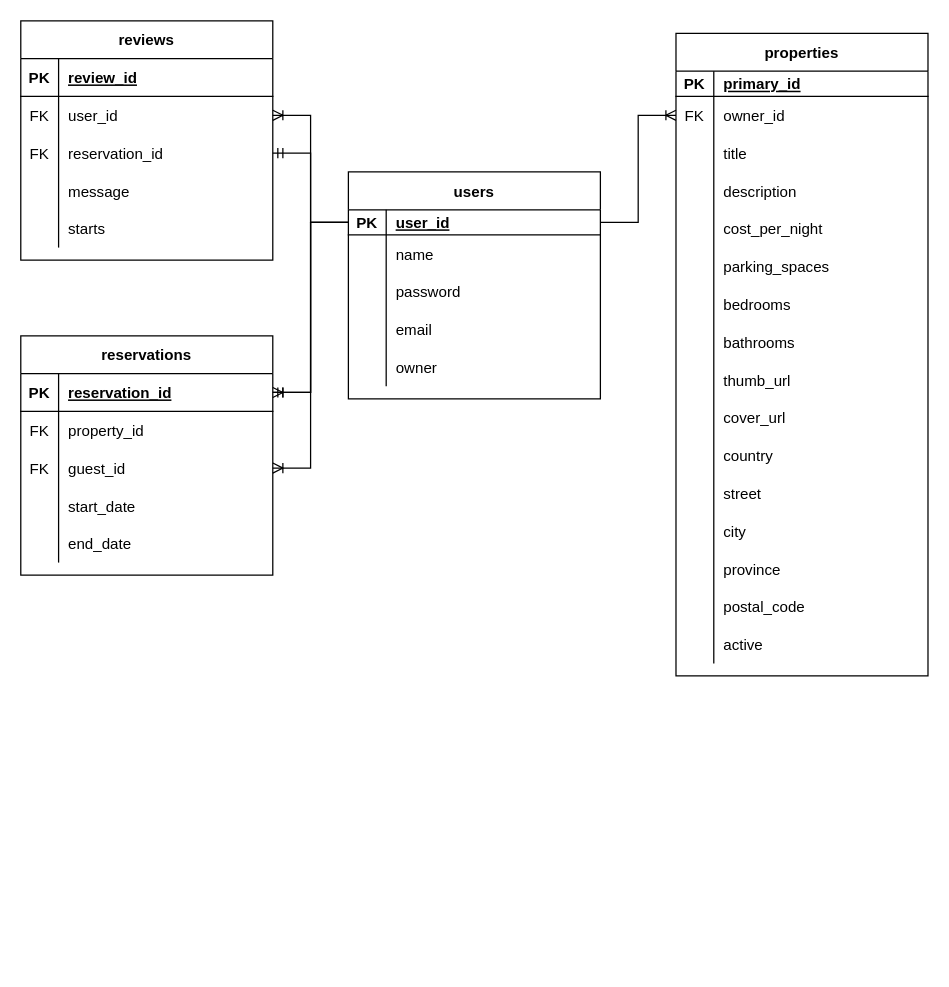
The draw.io diagram docs/LightBnB.drawio in deke76/LightBnB, before the edit. Source tidied: cells renumbered, new cells numbered last; positions are measured from the earlier drawing's top-left corner, leaving out a move shared by most shapes. Both pictures are drawn from the tidied source at 126%, with x=0, y=0 at pixel (20, 20).
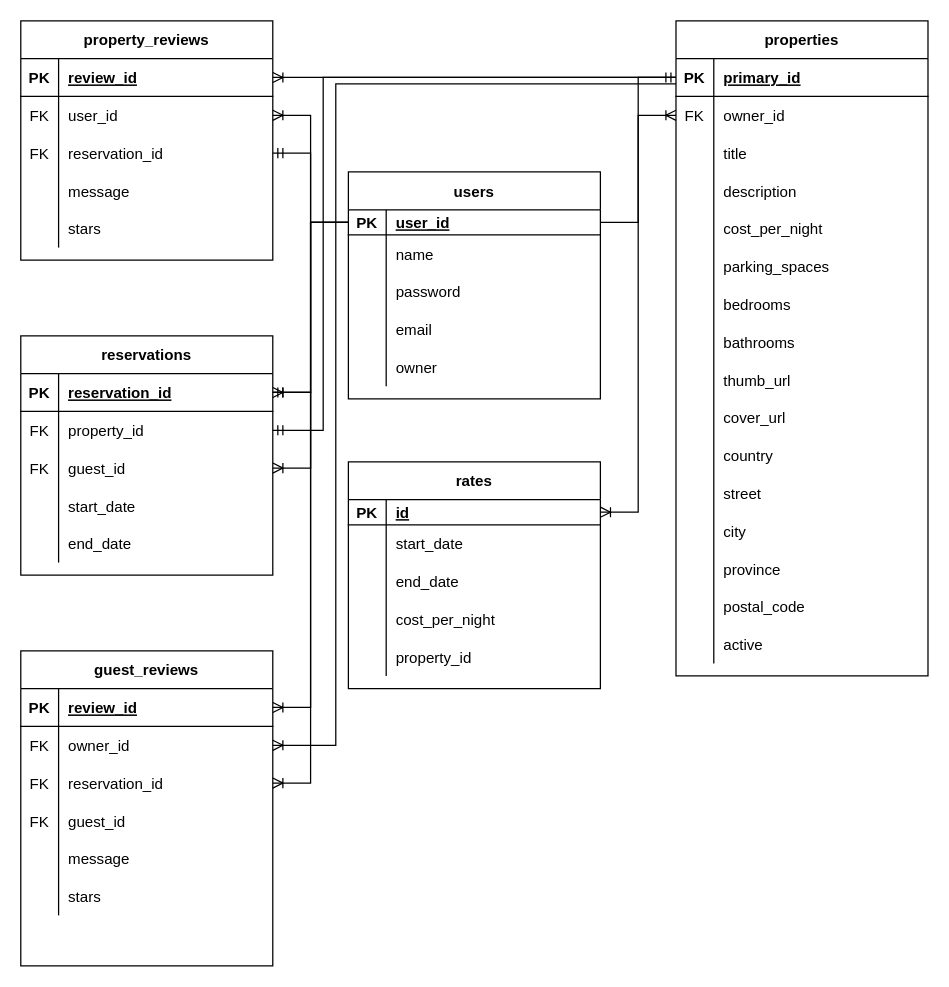
Above is the later version.

The change refers to these unchanged cells:
```xml
<mxCell id="3" style="shape=tableRow;horizontal=0;startSize=0;swimlaneHead=0;swimlaneBody=0;fillColor=none;points=[[0,0.5],[1,0.5]];portConstraint=eastwest;top=0;left=0;right=0;bottom=1;" parent="2" vertex="1">
  <mxGeometry y="30" width="200" height="20" as="geometry" />
</mxCell>
<mxCell id="68" style="shape=tableRow;horizontal=0;startSize=0;swimlaneHead=0;swimlaneBody=0;fillColor=none;points=[[0,0.5],[1,0.5]];portConstraint=eastwest;top=0;left=0;right=0;bottom=1;" parent="67" vertex="1">
  <mxGeometry y="30" width="200" height="30" as="geometry" />
</mxCell>
<mxCell id="71" style="shape=tableRow;horizontal=0;startSize=0;swimlaneHead=0;swimlaneBody=0;fillColor=none;points=[[0,0.5],[1,0.5]];portConstraint=eastwest;top=0;left=0;right=0;bottom=0;" parent="67" vertex="1">
  <mxGeometry y="60" width="200" height="30" as="geometry" />
</mxCell>
<mxCell id="84" style="shape=tableRow;horizontal=0;startSize=0;swimlaneHead=0;swimlaneBody=0;fillColor=none;points=[[0,0.5],[1,0.5]];portConstraint=eastwest;top=0;left=0;right=0;bottom=1;" parent="83" vertex="1">
  <mxGeometry y="30" width="200" height="30" as="geometry" />
</mxCell>
<mxCell id="96" style="shape=tableRow;horizontal=0;startSize=0;swimlaneHead=0;swimlaneBody=0;fillColor=none;top=0;left=0;right=0;bottom=0;" parent="83" vertex="1">
  <mxGeometry y="150" width="200" height="30" as="geometry" />
</mxCell>
```

What changed in the source:
```diff
@@
     <mxCell id="18" value="properties" style="shape=table;startSize=30;childLayout=tableLayout;rowLines=0;fontStyle=1;align=center;horizontal=1;verticalAlign=middle;columnLines=1;" parent="1" vertex="1">
-      <mxGeometry x="520" y="10" width="200" height="510" as="geometry" />
+      <mxGeometry x="520" width="200" height="520" as="geometry" />
     </mxCell>
     <mxCell id="19" style="shape=tableRow;horizontal=0;startSize=0;swimlaneHead=0;swimlaneBody=0;fillColor=none;points=[[0,0.5],[1,0.5]];portConstraint=eastwest;top=0;left=0;right=0;bottom=1;" parent="18" vertex="1">
-      <mxGeometry y="30" width="200" height="20" as="geometry" />
+      <mxGeometry y="30" width="200" height="30" as="geometry" />
     </mxCell>
     <mxCell id="20" value="PK" style="shape=partialRectangle;fillColor=none;top=0;left=0;bottom=0;right=0;fontStyle=1;overflow=hidden;" parent="19" vertex="1">
-      <mxGeometry width="30" height="20" as="geometry" />
+      <mxGeometry width="30" height="30" as="geometry" />
     </mxCell>
     <mxCell id="21" value="primary_id" style="shape=partialRectangle;fillColor=none;top=0;left=0;bottom=0;right=0;align=left;spacingLeft=6;fontStyle=5;overflow=hidden;" parent="19" vertex="1">
-      <mxGeometry x="30" width="170" height="20" as="geometry" />
+      <mxGeometry x="30" width="170" height="30" as="geometry" />
     </mxCell>
     <mxCell id="22" style="shape=tableRow;horizontal=0;startSize=0;swimlaneHead=0;swimlaneBody=0;fillColor=none;points=[[0,0.5],[1,0.5]];portConstraint=eastwest;top=0;left=0;right=0;bottom=0;" parent="18" vertex="1">
-      <mxGeometry y="50" width="200" height="30" as="geometry" />
+      <mxGeometry y="60" width="200" height="30" as="geometry" />
     </mxCell>
@@
     <mxCell id="25" style="shape=tableRow;horizontal=0;startSize=0;swimlaneHead=0;swimlaneBody=0;fillColor=none;top=0;left=0;right=0;bottom=0;" parent="18" vertex="1">
-      <mxGeometry y="80" width="200" height="30" as="geometry" />
+      <mxGeometry y="90" width="200" height="30" as="geometry" />
     </mxCell>
@@
     <mxCell id="28" style="shape=tableRow;horizontal=0;startSize=0;swimlaneHead=0;swimlaneBody=0;fillColor=none;top=0;left=0;right=0;bottom=0;" parent="18" vertex="1">
-      <mxGeometry y="110" width="200" height="30" as="geometry" />
+      <mxGeometry y="120" width="200" height="30" as="geometry" />
     </mxCell>
@@
     <mxCell id="31" style="shape=tableRow;horizontal=0;startSize=0;swimlaneHead=0;swimlaneBody=0;fillColor=none;top=0;left=0;right=0;bottom=0;" parent="18" vertex="1">
-      <mxGeometry y="140" width="200" height="30" as="geometry" />
+      <mxGeometry y="150" width="200" height="30" as="geometry" />
     </mxCell>
@@
     <mxCell id="34" style="shape=tableRow;horizontal=0;startSize=0;swimlaneHead=0;swimlaneBody=0;fillColor=none;top=0;left=0;right=0;bottom=0;" parent="18" vertex="1">
-      <mxGeometry y="170" width="200" height="30" as="geometry" />
+      <mxGeometry y="180" width="200" height="30" as="geometry" />
     </mxCell>
@@
     <mxCell id="37" style="shape=tableRow;horizontal=0;startSize=0;swimlaneHead=0;swimlaneBody=0;fillColor=none;top=0;left=0;right=0;bottom=0;" parent="18" vertex="1">
-      <mxGeometry y="200" width="200" height="30" as="geometry" />
+      <mxGeometry y="210" width="200" height="30" as="geometry" />
     </mxCell>
@@
     <mxCell id="40" style="shape=tableRow;horizontal=0;startSize=0;swimlaneHead=0;swimlaneBody=0;fillColor=none;top=0;left=0;right=0;bottom=0;" parent="18" vertex="1">
-      <mxGeometry y="230" width="200" height="30" as="geometry" />
+      <mxGeometry y="240" width="200" height="30" as="geometry" />
     </mxCell>
@@
     <mxCell id="43" style="shape=tableRow;horizontal=0;startSize=0;swimlaneHead=0;swimlaneBody=0;fillColor=none;top=0;left=0;right=0;bottom=0;" parent="18" vertex="1">
-      <mxGeometry y="260" width="200" height="30" as="geometry" />
+      <mxGeometry y="270" width="200" height="30" as="geometry" />
     </mxCell>
@@
     <mxCell id="46" style="shape=tableRow;horizontal=0;startSize=0;swimlaneHead=0;swimlaneBody=0;fillColor=none;top=0;left=0;right=0;bottom=0;" parent="18" vertex="1">
-      <mxGeometry y="290" width="200" height="30" as="geometry" />
+      <mxGeometry y="300" width="200" height="30" as="geometry" />
     </mxCell>
@@
     <mxCell id="49" style="shape=tableRow;horizontal=0;startSize=0;swimlaneHead=0;swimlaneBody=0;fillColor=none;top=0;left=0;right=0;bottom=0;" parent="18" vertex="1">
-      <mxGeometry y="320" width="200" height="30" as="geometry" />
+      <mxGeometry y="330" width="200" height="30" as="geometry" />
     </mxCell>
@@
     <mxCell id="52" style="shape=tableRow;horizontal=0;startSize=0;swimlaneHead=0;swimlaneBody=0;fillColor=none;top=0;left=0;right=0;bottom=0;" parent="18" vertex="1">
-      <mxGeometry y="350" width="200" height="30" as="geometry" />
+      <mxGeometry y="360" width="200" height="30" as="geometry" />
     </mxCell>
@@
     <mxCell id="55" style="shape=tableRow;horizontal=0;startSize=0;swimlaneHead=0;swimlaneBody=0;fillColor=none;top=0;left=0;right=0;bottom=0;" parent="18" vertex="1">
-      <mxGeometry y="380" width="200" height="30" as="geometry" />
+      <mxGeometry y="390" width="200" height="30" as="geometry" />
     </mxCell>
@@
     <mxCell id="58" style="shape=tableRow;horizontal=0;startSize=0;swimlaneHead=0;swimlaneBody=0;fillColor=none;top=0;left=0;right=0;bottom=0;" parent="18" vertex="1">
-      <mxGeometry y="410" width="200" height="30" as="geometry" />
+      <mxGeometry y="420" width="200" height="30" as="geometry" />
     </mxCell>
@@
     <mxCell id="61" style="shape=tableRow;horizontal=0;startSize=0;swimlaneHead=0;swimlaneBody=0;fillColor=none;top=0;left=0;right=0;bottom=0;" parent="18" vertex="1">
-      <mxGeometry y="440" width="200" height="30" as="geometry" />
+      <mxGeometry y="450" width="200" height="30" as="geometry" />
     </mxCell>
@@
     <mxCell id="64" style="shape=tableRow;horizontal=0;startSize=0;swimlaneHead=0;swimlaneBody=0;fillColor=none;top=0;left=0;right=0;bottom=0;" parent="18" vertex="1">
-      <mxGeometry y="470" width="200" height="30" as="geometry" />
+      <mxGeometry y="480" width="200" height="30" as="geometry" />
     </mxCell>
@@
-    <mxCell id="83" value="reviews" style="shape=table;startSize=30;childLayout=tableLayout;rowLines=0;fontStyle=1;align=center;" parent="1" vertex="1">
+    <mxCell id="83" value="property_reviews" style="shape=table;startSize=30;childLayout=tableLayout;rowLines=0;fontStyle=1;align=center;" parent="1" vertex="1">
       <mxGeometry width="200" height="190" as="geometry" />
     </mxCell>
@@
-    <mxCell id="98" value="starts" style="shape=partialRectangle;fillColor=none;top=0;left=0;bottom=0;right=0;align=left;spacingLeft=6;overflow=hidden;" parent="96" vertex="1">
+    <mxCell id="98" value="stars" style="shape=partialRectangle;fillColor=none;top=0;left=0;bottom=0;right=0;align=left;spacingLeft=6;overflow=hidden;" parent="96" vertex="1">
       <mxGeometry x="30" width="170" height="30" as="geometry" />
     </mxCell>
@@
+    <mxCell id="104" value="guest_reviews" style="shape=table;startSize=30;childLayout=tableLayout;rowLines=0;fontStyle=1;align=center;" parent="1" vertex="1">
+      <mxGeometry y="500" width="200" height="250" as="geometry" />
+    </mxCell>
+    <mxCell id="105" style="shape=tableRow;horizontal=0;startSize=0;swimlaneHead=0;swimlaneBody=0;fillColor=none;points=[[0,0.5],[1,0.5]];portConstraint=eastwest;top=0;left=0;right=0;bottom=1;" parent="104" vertex="1">
+      <mxGeometry y="30" width="200" height="30" as="geometry" />
+    </mxCell>
+    <mxCell id="106" value="PK" style="shape=partialRectangle;fillColor=none;top=0;left=0;bottom=0;right=0;fontStyle=1;overflow=hidden;" parent="105" vertex="1">
+      <mxGeometry width="30" height="30" as="geometry" />
+    </mxCell>
+    <mxCell id="107" value="review_id" style="shape=partialRectangle;fillColor=none;top=0;left=0;bottom=0;right=0;align=left;spacingLeft=6;fontStyle=5;overflow=hidden;" parent="105" vertex="1">
+      <mxGeometry x="30" width="170" height="30" as="geometry" />
+    </mxCell>
+    <mxCell id="108" style="shape=tableRow;horizontal=0;startSize=0;swimlaneHead=0;swimlaneBody=0;fillColor=none;points=[[0,0.5],[1,0.5]];portConstraint=eastwest;top=0;left=0;right=0;bottom=0;" parent="104" vertex="1">
+      <mxGeometry y="60" width="200" height="30" as="geometry" />
+    </mxCell>
+    <mxCell id="109" value="FK" style="shape=partialRectangle;fillColor=none;top=0;left=0;bottom=0;right=0;overflow=hidden;" parent="108" vertex="1">
+      <mxGeometry width="30" height="30" as="geometry" />
+    </mxCell>
+    <mxCell id="110" value="owner_id" style="shape=partialRectangle;fillColor=none;top=0;left=0;bottom=0;right=0;align=left;spacingLeft=6;overflow=hidden;" parent="108" vertex="1">
+      <mxGeometry x="30" width="170" height="30" as="geometry" />
+    </mxCell>
+    <mxCell id="111" style="shape=tableRow;horizontal=0;startSize=0;swimlaneHead=0;swimlaneBody=0;fillColor=none;points=[[0,0.5],[1,0.5]];portConstraint=eastwest;top=0;left=0;right=0;bottom=0;" parent="104" vertex="1">
+      <mxGeometry y="90" width="200" height="30" as="geometry" />
+    </mxCell>
+    <mxCell id="112" value="FK" style="shape=partialRectangle;fillColor=none;top=0;left=0;bottom=0;right=0;overflow=hidden;" parent="111" vertex="1">
+      <mxGeometry width="30" height="30" as="geometry" />
+    </mxCell>
+    <mxCell id="113" value="reservation_id" style="shape=partialRectangle;fillColor=none;top=0;left=0;bottom=0;right=0;align=left;spacingLeft=6;overflow=hidden;" parent="111" vertex="1">
+      <mxGeometry x="30" width="170" height="30" as="geometry" />
+    </mxCell>
+    <mxCell id="114" style="shape=tableRow;horizontal=0;startSize=0;swimlaneHead=0;swimlaneBody=0;fillColor=none;top=0;left=0;right=0;bottom=0;" parent="104" vertex="1">
+      <mxGeometry y="120" width="200" height="30" as="geometry" />
+    </mxCell>
+    <mxCell id="115" value="FK" style="shape=partialRectangle;fillColor=none;top=0;left=0;bottom=0;right=0;overflow=hidden;" parent="114" vertex="1">
+      <mxGeometry width="30" height="30" as="geometry" />
+    </mxCell>
+    <mxCell id="116" value="guest_id" style="shape=partialRectangle;fillColor=none;top=0;left=0;bottom=0;right=0;align=left;spacingLeft=6;overflow=hidden;" parent="114" vertex="1">
+      <mxGeometry x="30" width="170" height="30" as="geometry" />
+    </mxCell>
+    <mxCell id="117" style="shape=tableRow;horizontal=0;startSize=0;swimlaneHead=0;swimlaneBody=0;fillColor=none;top=0;left=0;right=0;bottom=0;" parent="104" vertex="1">
+      <mxGeometry y="150" width="200" height="30" as="geometry" />
+    </mxCell>
+    <mxCell id="118" style="shape=partialRectangle;fillColor=none;top=0;left=0;bottom=0;right=0;overflow=hidden;" parent="117" vertex="1">
+      <mxGeometry width="30" height="30" as="geometry" />
+    </mxCell>
+    <mxCell id="119" value="message" style="shape=partialRectangle;fillColor=none;top=0;left=0;bottom=0;right=0;align=left;spacingLeft=6;overflow=hidden;" parent="117" vertex="1">
+      <mxGeometry x="30" width="170" height="30" as="geometry" />
+    </mxCell>
+    <mxCell id="120" style="shape=tableRow;horizontal=0;startSize=0;swimlaneHead=0;swimlaneBody=0;fillColor=none;top=0;left=0;right=0;bottom=0;" parent="104" vertex="1">
+      <mxGeometry y="180" width="200" height="30" as="geometry" />
+    </mxCell>
+    <mxCell id="121" style="shape=partialRectangle;fillColor=none;top=0;left=0;bottom=0;right=0;overflow=hidden;" parent="120" vertex="1">
+      <mxGeometry width="30" height="30" as="geometry" />
+    </mxCell>
+    <mxCell id="122" value="stars" style="shape=partialRectangle;fillColor=none;top=0;left=0;bottom=0;right=0;align=left;spacingLeft=6;overflow=hidden;" parent="120" vertex="1">
+      <mxGeometry x="30" width="170" height="30" as="geometry" />
+    </mxCell>
+    <mxCell id="123" value="rates" style="shape=table;startSize=30;childLayout=tableLayout;rowLines=0;fontStyle=1;align=center;" parent="1" vertex="1">
+      <mxGeometry x="260" y="350" width="200" height="180" as="geometry" />
+    </mxCell>
+    <mxCell id="124" style="shape=tableRow;horizontal=0;startSize=0;swimlaneHead=0;swimlaneBody=0;fillColor=none;points=[[0,0.5],[1,0.5]];portConstraint=eastwest;top=0;left=0;right=0;bottom=1;" parent="123" vertex="1">
+      <mxGeometry y="30" width="200" height="20" as="geometry" />
+    </mxCell>
+    <mxCell id="125" value="PK" style="shape=partialRectangle;fillColor=none;top=0;left=0;bottom=0;right=0;fontStyle=1;overflow=hidden;" parent="124" vertex="1">
+      <mxGeometry width="30" height="20" as="geometry" />
+    </mxCell>
+    <mxCell id="126" value="id" style="shape=partialRectangle;fillColor=none;top=0;left=0;bottom=0;right=0;align=left;spacingLeft=6;fontStyle=5;overflow=hidden;" parent="124" vertex="1">
+      <mxGeometry x="30" width="170" height="20" as="geometry" />
+    </mxCell>
+    <mxCell id="127" style="shape=tableRow;horizontal=0;startSize=0;swimlaneHead=0;swimlaneBody=0;fillColor=none;top=0;left=0;right=0;bottom=0;" parent="123" vertex="1">
+      <mxGeometry y="50" width="200" height="30" as="geometry" />
+    </mxCell>
+    <mxCell id="128" style="shape=partialRectangle;fillColor=none;top=0;left=0;bottom=0;right=0;overflow=hidden;" parent="127" vertex="1">
+      <mxGeometry width="30" height="30" as="geometry" />
+    </mxCell>
+    <mxCell id="129" value="start_date" style="shape=partialRectangle;fillColor=none;top=0;left=0;bottom=0;right=0;align=left;spacingLeft=6;overflow=hidden;" parent="127" vertex="1">
+      <mxGeometry x="30" width="170" height="30" as="geometry" />
+    </mxCell>
+    <mxCell id="130" style="shape=tableRow;horizontal=0;startSize=0;swimlaneHead=0;swimlaneBody=0;fillColor=none;top=0;left=0;right=0;bottom=0;" parent="123" vertex="1">
+      <mxGeometry y="80" width="200" height="30" as="geometry" />
+    </mxCell>
+    <mxCell id="131" style="shape=partialRectangle;fillColor=none;top=0;left=0;bottom=0;right=0;overflow=hidden;" parent="130" vertex="1">
+      <mxGeometry width="30" height="30" as="geometry" />
+    </mxCell>
+    <mxCell id="132" value="end_date" style="shape=partialRectangle;fillColor=none;top=0;left=0;bottom=0;right=0;align=left;spacingLeft=6;overflow=hidden;" parent="130" vertex="1">
+      <mxGeometry x="30" width="170" height="30" as="geometry" />
+    </mxCell>
+    <mxCell id="133" style="shape=tableRow;horizontal=0;startSize=0;swimlaneHead=0;swimlaneBody=0;fillColor=none;top=0;left=0;right=0;bottom=0;" parent="123" vertex="1">
+      <mxGeometry y="110" width="200" height="30" as="geometry" />
+    </mxCell>
+    <mxCell id="134" style="shape=partialRectangle;fillColor=none;top=0;left=0;bottom=0;right=0;overflow=hidden;" parent="133" vertex="1">
+      <mxGeometry width="30" height="30" as="geometry" />
+    </mxCell>
+    <mxCell id="135" value="cost_per_night" style="shape=partialRectangle;fillColor=none;top=0;left=0;bottom=0;right=0;align=left;spacingLeft=6;overflow=hidden;" parent="133" vertex="1">
+      <mxGeometry x="30" width="170" height="30" as="geometry" />
+    </mxCell>
+    <mxCell id="136" style="shape=tableRow;horizontal=0;startSize=0;swimlaneHead=0;swimlaneBody=0;fillColor=none;top=0;left=0;right=0;bottom=0;" parent="123" vertex="1">
+      <mxGeometry y="140" width="200" height="30" as="geometry" />
+    </mxCell>
+    <mxCell id="137" style="shape=partialRectangle;fillColor=none;top=0;left=0;bottom=0;right=0;overflow=hidden;" parent="136" vertex="1">
+      <mxGeometry width="30" height="30" as="geometry" />
+    </mxCell>
+    <mxCell id="138" value="property_id" style="shape=partialRectangle;fillColor=none;top=0;left=0;bottom=0;right=0;align=left;spacingLeft=6;overflow=hidden;" parent="136" vertex="1">
+      <mxGeometry x="30" width="170" height="30" as="geometry" />
+    </mxCell>
+    <mxCell id="139" style="edgeStyle=entityRelationEdgeStyle;fontSize=12;html=1;endArrow=ERoneToMany;rounded=0;entryX=1;entryY=0.5;entryDx=0;entryDy=0;exitX=0;exitY=0.5;exitDx=0;exitDy=0;" parent="1" edge="1" source="19" target="124">
+      <mxGeometry relative="1" as="geometry" />
+    </mxCell>
+    <mxCell id="140" style="edgeStyle=entityRelationEdgeStyle;fontSize=12;html=1;endArrow=ERoneToMany;rounded=0;entryX=1;entryY=0.5;entryDx=0;entryDy=0;exitX=0;exitY=0.5;exitDx=0;exitDy=0;" parent="1" edge="1" source="19" target="84">
+      <mxGeometry relative="1" as="geometry" />
+    </mxCell>
+    <mxCell id="141" style="edgeStyle=orthogonalEdgeStyle;fontSize=12;html=1;endArrow=ERmandOne;startArrow=ERmandOne;rounded=0;exitX=1;exitY=0.5;exitDx=0;exitDy=0;entryX=0;entryY=0.5;entryDx=0;entryDy=0;" parent="1" edge="1" source="71" target="19">
+      <mxGeometry relative="1" as="geometry">
+        <Array as="points">
+          <mxPoint x="240" y="325" />
+          <mxPoint x="240" y="45" />
+        </Array>
+      </mxGeometry>
+    </mxCell>
+    <mxCell id="142" style="edgeStyle=entityRelationEdgeStyle;fontSize=12;html=1;endArrow=ERoneToMany;rounded=0;exitX=0;exitY=0.5;exitDx=0;exitDy=0;entryX=1;entryY=0.5;entryDx=0;entryDy=0;" parent="1" edge="1" source="3" target="105">
+      <mxGeometry relative="1" as="geometry" />
+    </mxCell>
+    <mxCell id="143" style="edgeStyle=entityRelationEdgeStyle;fontSize=12;html=1;endArrow=ERoneToMany;rounded=0;entryX=1;entryY=0.5;entryDx=0;entryDy=0;exitX=1;exitY=0.5;exitDx=0;exitDy=0;" parent="1" edge="1" source="68" target="111">
+      <mxGeometry relative="1" as="geometry" />
+    </mxCell>
+    <mxCell id="144" style="edgeStyle=orthogonalEdgeStyle;fontSize=12;html=1;endArrow=ERoneToMany;rounded=0;entryX=1;entryY=0.5;entryDx=0;entryDy=0;" parent="1" edge="1" target="108">
+      <mxGeometry relative="1" as="geometry">
+        <mxPoint x="520" y="50" as="sourcePoint" />
+        <Array as="points">
+          <mxPoint x="250" y="50" />
+          <mxPoint x="250" y="575" />
+        </Array>
+      </mxGeometry>
+    </mxCell>
```
